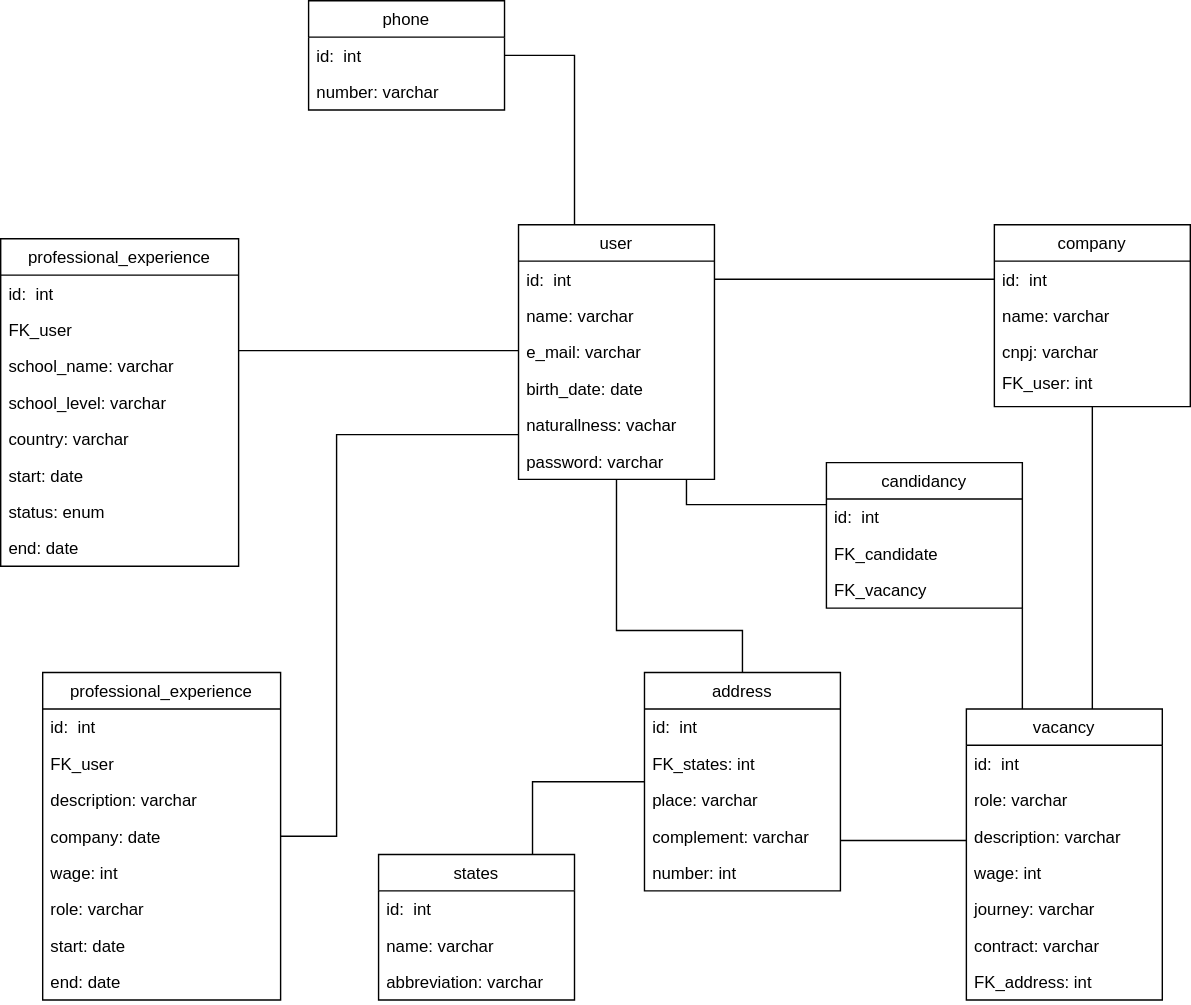
Before: vagas/diagramas/entidades.svg, a diagram exported from draw.io (jonnathas/estudo). Source tidied: cells renumbered, new cells last; positions are measured from the earlier drawing's top-left corner, leaving out a move shared by most shapes.
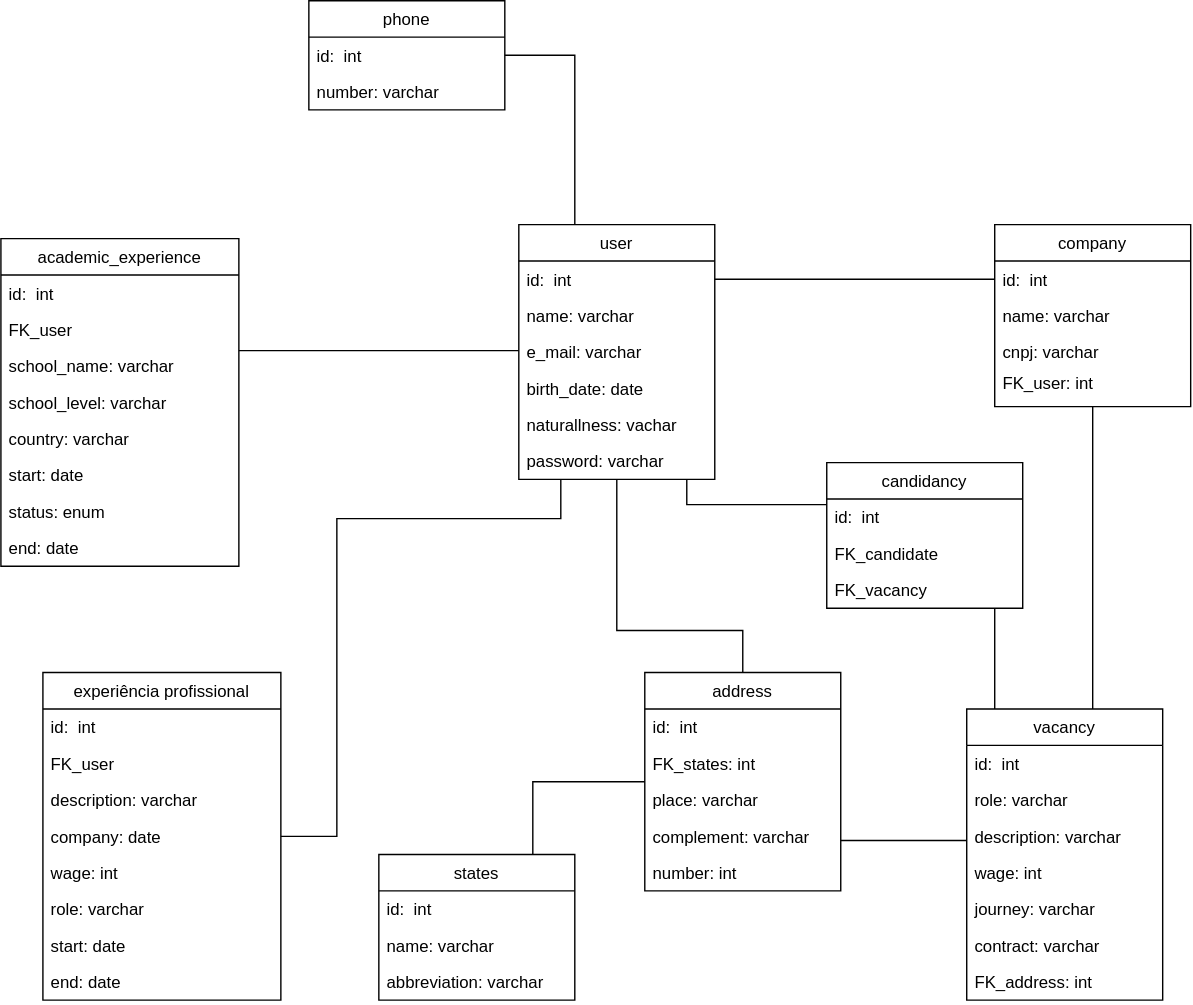
After the commit.

Commit message:
Corrigindo erro

Diff of the diagram source:
```diff
@@ -101,8 +101,8 @@
     <mxCell id="26" style="edgeStyle=orthogonalEdgeStyle;rounded=0;jettySize=auto;html=1;endArrow=none;endFill=0;" parent="1" edge="1" source="27" target="35">
       <mxGeometry relative="1" as="geometry">
         <Array as="points">
-          <mxPoint x="690" y="556" />
-          <mxPoint x="690" y="556" />
+          <mxPoint x="710" y="480" />
+          <mxPoint x="710" y="480" />
         </Array>
       </mxGeometry>
     </mxCell>
@@ -142,7 +142,7 @@
     <mxCell id="38" value="FK_vacancy" style="text;strokeColor=none;fillColor=none;align=left;verticalAlign=top;spacingLeft=4;spacingRight=4;overflow=hidden;" parent="35" vertex="1">
       <mxGeometry y="78" width="140" height="26" as="geometry" />
     </mxCell>
-    <mxCell id="39" value="professional_experience" style="swimlane;fontStyle=0;horizontal=1;startSize=26;fillColor=none;" parent="1" vertex="1">
+    <mxCell id="39" value="experiência profissional" style="swimlane;fontStyle=0;horizontal=1;startSize=26;fillColor=none;" parent="1" vertex="1">
       <mxGeometry x="30" y="480" width="170" height="234" as="geometry" />
     </mxCell>
     <mxCell id="40" value="id:  int" style="text;strokeColor=none;fillColor=none;align=left;verticalAlign=top;spacingLeft=4;spacingRight=4;overflow=hidden;" parent="39" vertex="1">
@@ -173,12 +173,12 @@
       <mxGeometry relative="1" as="geometry">
         <Array as="points">
           <mxPoint x="240" y="597" />
-          <mxPoint x="240" y="310" />
-          <mxPoint x="400" y="310" />
+          <mxPoint x="240" y="370" />
+          <mxPoint x="400" y="370" />
         </Array>
       </mxGeometry>
     </mxCell>
-    <mxCell id="49" value="professional_experience" style="swimlane;fontStyle=0;horizontal=1;startSize=26;fillColor=none;" parent="1" vertex="1">
+    <mxCell id="49" value="academic_experience" style="swimlane;fontStyle=0;horizontal=1;startSize=26;fillColor=none;" parent="1" vertex="1">
       <mxGeometry y="170" width="170" height="234" as="geometry" />
     </mxCell>
     <mxCell id="50" value="id:  int" style="text;strokeColor=none;fillColor=none;align=left;verticalAlign=top;spacingLeft=4;spacingRight=4;overflow=hidden;" parent="49" vertex="1">
```
